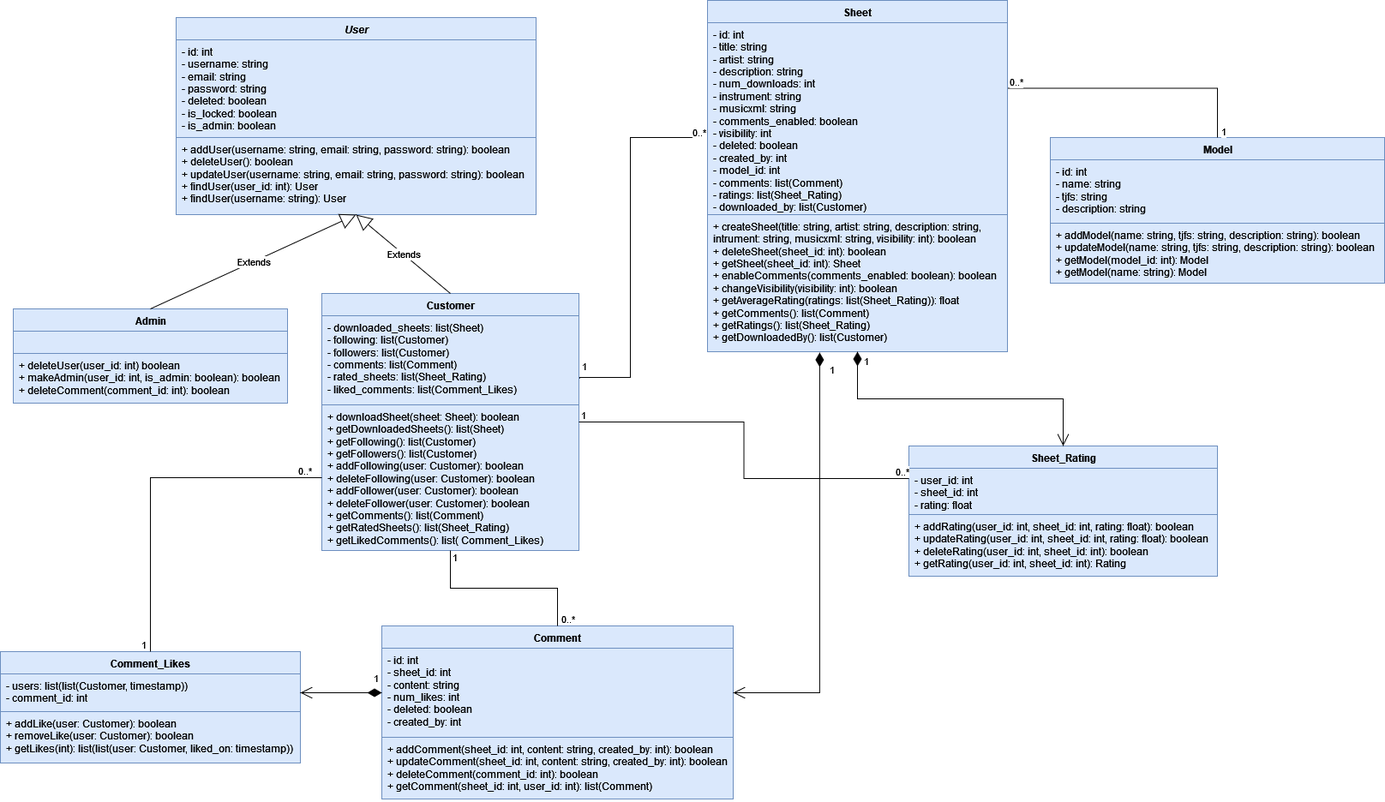
ProjFall2025/Team3 keeps this draw.io diagram as db/Knowtes_Class_Diagram.png. Above is the earlier version. Source tidied: cells renumbered, new cells last; positions are measured from the earlier drawing's top-left corner, leaving out a move shared by most shapes.
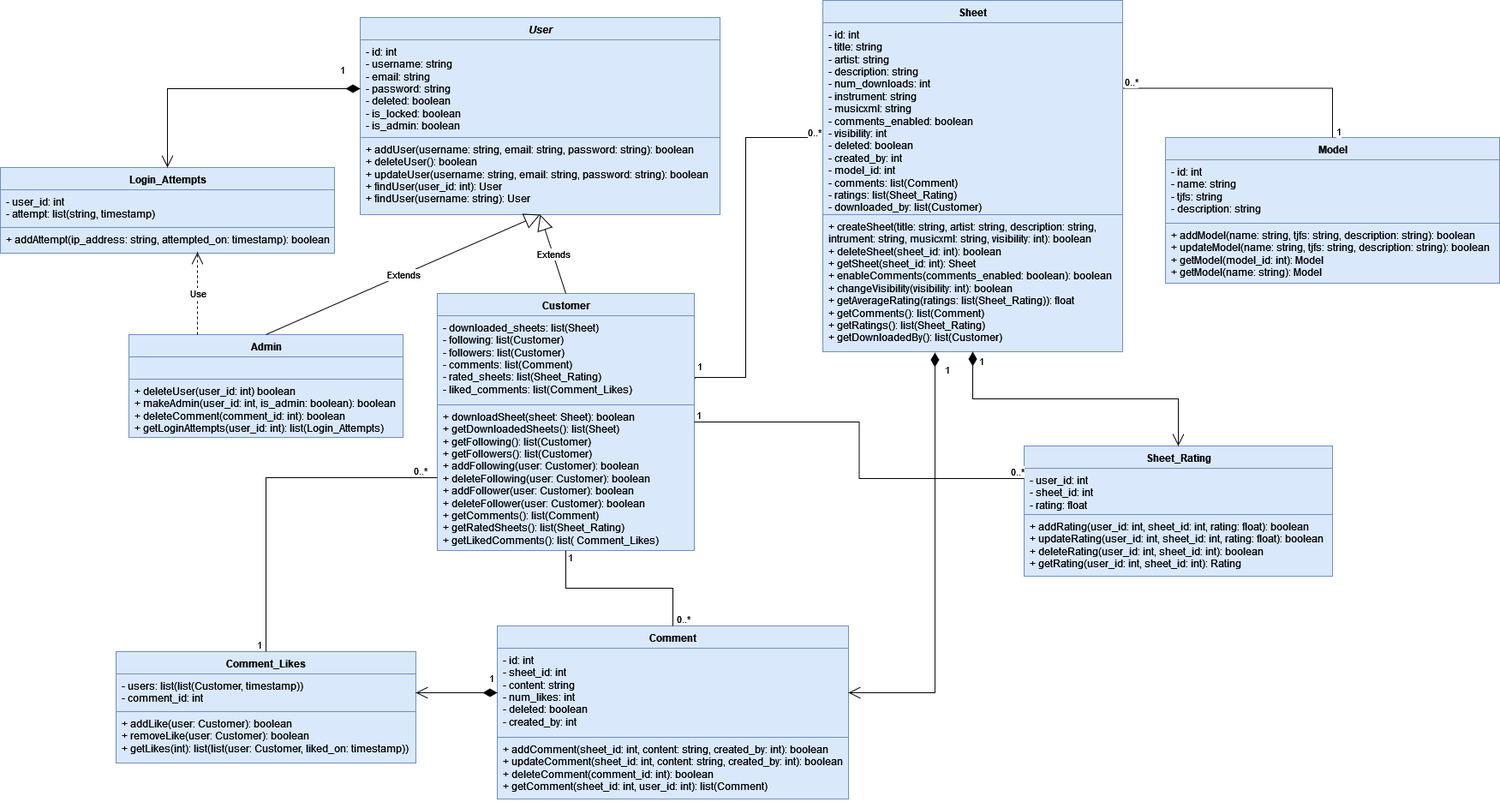
Above is the later version.

Commit message:
Updated UML Class Diagram

The edit, as a diff of the source:
```diff
@@ -48,7 +48,7 @@
       <mxGeometry y="130" width="410" height="72" as="geometry" />
     </mxCell>
     <mxCell id="17" value="&lt;i&gt;User&lt;/i&gt;" style="swimlane;fontStyle=1;align=center;verticalAlign=top;horizontal=1;startSize=26;whiteSpace=wrap;html=1;fillColor=#dae8fc;strokeColor=#6c8ebf;" parent="1" vertex="1">
-      <mxGeometry x="205" y="20" width="420" height="230" as="geometry" />
+      <mxGeometry x="285" y="20" width="420" height="230" as="geometry" />
     </mxCell>
     <mxCell id="18" value="&lt;div&gt;- id: int&lt;/div&gt;&lt;div&gt;- username: string&lt;/div&gt;&lt;div&gt;- email: string&lt;/div&gt;&lt;div&gt;- password: string&lt;/div&gt;&lt;div&gt;&lt;div&gt;- deleted: boolean&lt;/div&gt;&lt;div&gt;- is_locked: boolean&lt;/div&gt;&lt;/div&gt;&lt;div&gt;- is_admin: boolean&lt;br&gt;&lt;/div&gt;" style="text;strokeColor=#6c8ebf;fillColor=#dae8fc;align=left;verticalAlign=top;spacingLeft=4;spacingRight=4;overflow=hidden;points=[[0,0.5],[1,0.5]];portConstraint=eastwest;whiteSpace=wrap;html=1;" parent="17" vertex="1">
       <mxGeometry y="26" width="420" height="114" as="geometry" />
@@ -57,13 +57,13 @@
       <mxGeometry y="140" width="420" height="90" as="geometry" />
     </mxCell>
     <mxCell id="20" value="Admin" style="swimlane;fontStyle=1;align=center;verticalAlign=top;horizontal=1;startSize=26;whiteSpace=wrap;html=1;fillColor=#dae8fc;strokeColor=#6c8ebf;" parent="1" vertex="1">
-      <mxGeometry x="15" y="360" width="320" height="110" as="geometry" />
+      <mxGeometry x="15" y="390" width="320" height="120" as="geometry" />
     </mxCell>
     <mxCell id="21" style="text;strokeColor=#6c8ebf;fillColor=#dae8fc;align=left;verticalAlign=top;spacingLeft=4;spacingRight=4;overflow=hidden;whiteSpace=wrap;html=1;" parent="20" vertex="1">
       <mxGeometry y="26" width="320" height="26" as="geometry" />
     </mxCell>
-    <mxCell id="22" value="&lt;div&gt;+ deleteUser(user_id: int) boolean&lt;/div&gt;&lt;div&gt;+ makeAdmin(user_id: int, is_admin: boolean): boolean&lt;br&gt; &lt;/div&gt;&lt;div&gt;+ deleteComment(comment_id: int): boolean&lt;br&gt;&lt;/div&gt;" style="text;strokeColor=#6c8ebf;fillColor=#dae8fc;align=left;verticalAlign=top;spacingLeft=4;spacingRight=4;overflow=hidden;whiteSpace=wrap;html=1;" parent="20" vertex="1">
-      <mxGeometry y="52" width="320" height="58" as="geometry" />
+    <mxCell id="22" value="&lt;div&gt;+ deleteUser(user_id: int) boolean&lt;/div&gt;&lt;div&gt;+ makeAdmin(user_id: int, is_admin: boolean): boolean&lt;br&gt; &lt;/div&gt;&lt;div&gt;+ deleteComment(comment_id: int): boolean&lt;br&gt;&lt;/div&gt;&lt;div&gt;+ getLoginAttempts(user_id: int): list(Login_Attempts)&lt;br&gt;&lt;/div&gt;" style="text;strokeColor=#6c8ebf;fillColor=#dae8fc;align=left;verticalAlign=top;spacingLeft=4;spacingRight=4;overflow=hidden;whiteSpace=wrap;html=1;" parent="20" vertex="1">
+      <mxGeometry y="52" width="320" height="68" as="geometry" />
     </mxCell>
     <mxCell id="23" value="Extends" style="endArrow=block;endSize=16;endFill=0;html=1;rounded=0;entryX=0.5;entryY=1;entryDx=0;entryDy=0;exitX=0.5;exitY=0;exitDx=0;exitDy=0;" parent="1" edge="1" source="2" target="17">
       <mxGeometry relative="1" as="geometry" />
@@ -153,5 +153,22 @@
     <mxCell id="45" value="1" style="endArrow=open;html=1;endSize=12;startArrow=diamondThin;startSize=14;startFill=1;edgeStyle=orthogonalEdgeStyle;align=left;verticalAlign=bottom;rounded=0;entryX=1;entryY=0.5;entryDx=0;entryDy=0;exitX=0.374;exitY=1.006;exitDx=0;exitDy=0;exitPerimeter=0;" parent="1" edge="1" source="7" target="15">
       <mxGeometry x="-0.88" y="9" relative="1" as="geometry" />
     </mxCell>
+    <mxCell id="46" value="Login_Attempts" style="swimlane;fontStyle=1;align=center;verticalAlign=top;horizontal=1;startSize=26;whiteSpace=wrap;html=1;fillColor=#dae8fc;strokeColor=#6c8ebf;" parent="1" vertex="1">
+      <mxGeometry x="-135" y="195" width="390" height="100" as="geometry" />
+    </mxCell>
+    <mxCell id="47" value="&lt;div&gt;- user_id: int&lt;/div&gt;&lt;div&gt;- attempt: list(string, timestamp) &lt;br&gt;&lt;/div&gt;" style="text;strokeColor=#6c8ebf;fillColor=#dae8fc;align=left;verticalAlign=top;spacingLeft=4;spacingRight=4;overflow=hidden;whiteSpace=wrap;html=1;" parent="46" vertex="1">
+      <mxGeometry y="26" width="390" height="44" as="geometry" />
+    </mxCell>
+    <mxCell id="48" value="+ addAttempt(ip_address: string, attempted_on: timestamp): boolean" style="text;strokeColor=#6c8ebf;fillColor=#dae8fc;align=left;verticalAlign=top;spacingLeft=4;spacingRight=4;overflow=hidden;whiteSpace=wrap;html=1;" parent="46" vertex="1">
+      <mxGeometry y="70" width="390" height="30" as="geometry" />
+    </mxCell>
+    <mxCell id="49" value="1" style="endArrow=open;html=1;endSize=12;startArrow=diamondThin;startSize=14;startFill=1;edgeStyle=orthogonalEdgeStyle;align=left;verticalAlign=bottom;rounded=0;entryX=0.5;entryY=0;entryDx=0;entryDy=0;exitX=0;exitY=0.5;exitDx=0;exitDy=0;" parent="1" edge="1" source="18" target="46">
+      <mxGeometry x="-0.84" y="-13" relative="1" as="geometry" />
+    </mxCell>
+    <mxCell id="50" value="Use" style="endArrow=open;endSize=12;dashed=1;html=1;rounded=0;exitX=0.25;exitY=0;exitDx=0;exitDy=0;" parent="1" edge="1" source="20">
+      <mxGeometry relative="1" as="geometry">
+        <mxPoint x="95" y="294" as="targetPoint" />
+      </mxGeometry>
+    </mxCell>
   </root>
 </mxGraphModel>
```
